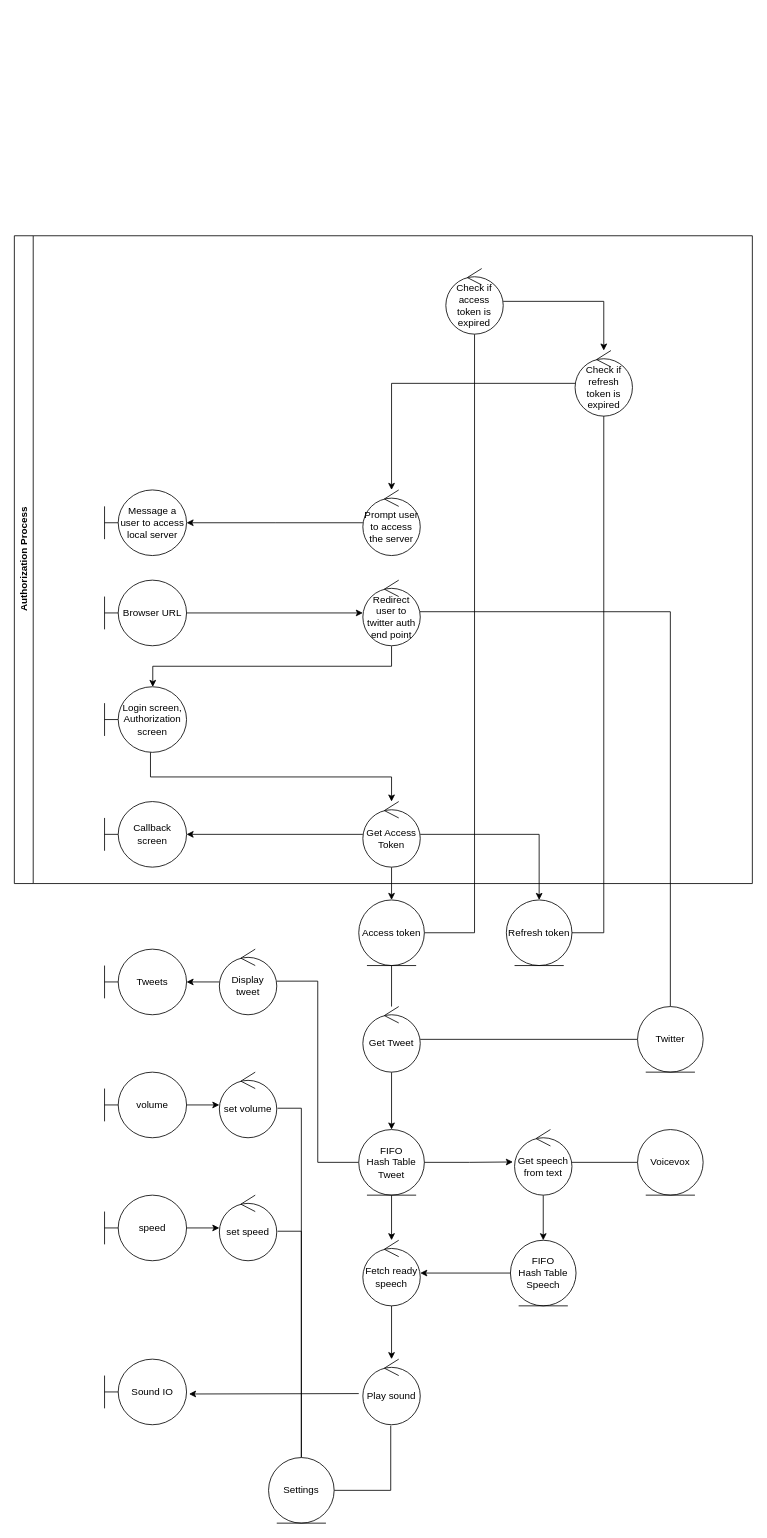
Earlier version of the draw.io diagram design/robustness.drawio (tapoh22334/twradio). Source tidied: cells renumbered, new cells numbered last; positions are measured from the earlier drawing's top-left corner, leaving out a move shared by most shapes. Both pictures are drawn from the tidied source at 82%, with x=0, y=0 at pixel (14, 235).
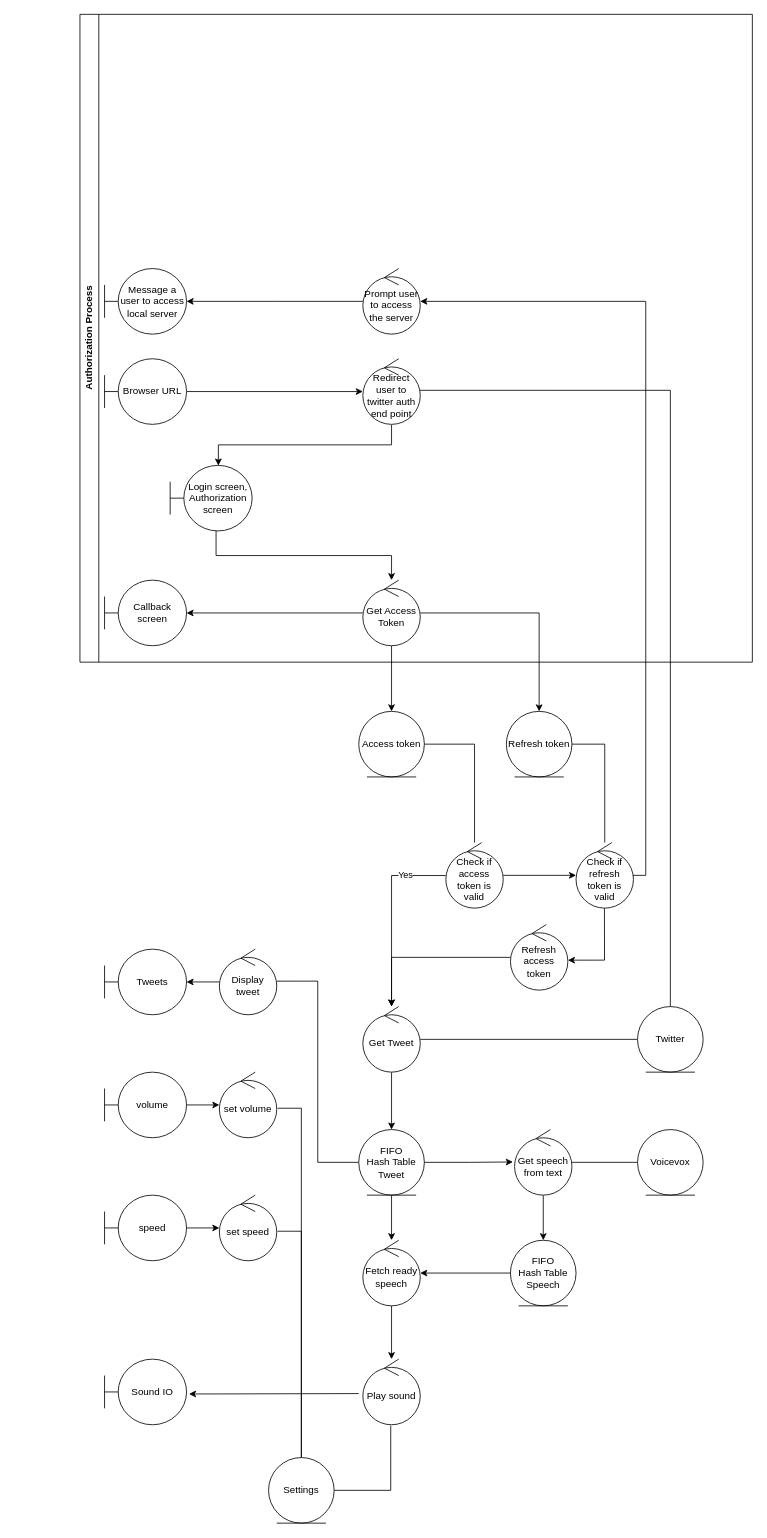
After the change.

Commit message (it also covers changes not shown here):
check point 1

The change refers to these unchanged cells:
```xml
<mxCell id="9" value="Get Tweet" style="ellipse;shape=umlControl;whiteSpace=wrap;html=1;" parent="1" vertex="1">
  <mxGeometry x="425" y="940" width="70" height="80" as="geometry" />
</mxCell>
<mxCell id="24" value="Twitter" style="ellipse;shape=umlEntity;whiteSpace=wrap;html=1;" parent="1" vertex="1">
  <mxGeometry x="760" y="940" width="80" height="80" as="geometry" />
</mxCell>
```

Diff of the diagram source:
```diff
@@
     <mxCell id="23" style="edgeStyle=orthogonalEdgeStyle;rounded=0;jettySize=auto;html=1;entryX=0.99;entryY=0.481;entryDx=0;entryDy=0;entryPerimeter=0;endArrow=none;endFill=0;" parent="1" edge="1" source="24" target="50">
       <mxGeometry relative="1" as="geometry">
         <Array as="points">
-          <mxPoint x="800" y="459" />
+          <mxPoint x="800" y="189" />
         </Array>
       </mxGeometry>
     </mxCell>
@@
     <mxCell id="36" style="edgeStyle=orthogonalEdgeStyle;rounded=0;jettySize=auto;html=1;endArrow=classic;endFill=1;" parent="1" edge="1" source="37">
       <mxGeometry relative="1" as="geometry">
-        <mxPoint x="210" y="350" as="targetPoint" />
+        <mxPoint x="210" y="80" as="targetPoint" />
       </mxGeometry>
     </mxCell>
     <mxCell id="37" value="Prompt user to access the server" style="ellipse;shape=umlControl;whiteSpace=wrap;html=1;" parent="1" vertex="1">
-      <mxGeometry x="425" y="310" width="70" height="80" as="geometry" />
+      <mxGeometry x="425" y="40" width="70" height="80" as="geometry" />
     </mxCell>
@@
-    <mxCell id="39" style="edgeStyle=orthogonalEdgeStyle;rounded=0;jettySize=auto;html=1;endArrow=none;endFill=0;" parent="1" edge="1" source="40" target="9">
+    <mxCell id="39" style="edgeStyle=orthogonalEdgeStyle;rounded=0;jettySize=auto;html=1;endArrow=classic;endFill=1;exitX=-0.004;exitY=0.503;exitDx=0;exitDy=0;exitPerimeter=0;" parent="1" edge="1" source="52" target="9">
       <mxGeometry relative="1" as="geometry" />
     </mxCell>
+    <mxCell id="59" value="Yes" style="edgeLabel;html=1;align=center;verticalAlign=middle;" parent="39" vertex="1">
+      <mxGeometry x="-0.57" y="-1" relative="1" as="geometry" />
+    </mxCell>
     <mxCell id="40" value="Access token" style="ellipse;shape=umlEntity;whiteSpace=wrap;html=1;" parent="1" vertex="1">
-      <mxGeometry x="420" y="810" width="80" height="80" as="geometry" />
+      <mxGeometry x="420" y="580" width="80" height="80" as="geometry" />
     </mxCell>
     <mxCell id="41" value="Callback screen" style="shape=umlBoundary;whiteSpace=wrap;html=1;" parent="1" vertex="1">
-      <mxGeometry x="110" y="690" width="100" height="80" as="geometry" />
+      <mxGeometry x="110" y="420" width="100" height="80" as="geometry" />
     </mxCell>
@@
     <mxCell id="45" value="Get Access Token" style="ellipse;shape=umlControl;whiteSpace=wrap;html=1;" parent="1" vertex="1">
-      <mxGeometry x="425" y="690" width="70" height="80" as="geometry" />
+      <mxGeometry x="425" y="420" width="70" height="80" as="geometry" />
     </mxCell>
     <mxCell id="46" value="Message a user to access local server" style="shape=umlBoundary;whiteSpace=wrap;html=1;" parent="1" vertex="1">
-      <mxGeometry x="110" y="310" width="100" height="80" as="geometry" />
+      <mxGeometry x="110" y="40" width="100" height="80" as="geometry" />
     </mxCell>
@@
     <mxCell id="48" value="Browser URL" style="shape=umlBoundary;whiteSpace=wrap;html=1;" parent="1" vertex="1">
-      <mxGeometry x="110" y="420" width="100" height="80" as="geometry" />
+      <mxGeometry x="110" y="150" width="100" height="80" as="geometry" />
     </mxCell>
@@
     <mxCell id="50" value="Redirect user to twitter auth end point" style="ellipse;shape=umlControl;whiteSpace=wrap;html=1;" parent="1" vertex="1">
-      <mxGeometry x="425" y="420" width="70" height="80" as="geometry" />
+      <mxGeometry x="425" y="150" width="70" height="80" as="geometry" />
     </mxCell>
@@
-    <mxCell id="52" value="Check if access token is expired" style="ellipse;shape=umlControl;whiteSpace=wrap;html=1;" parent="1" vertex="1">
-      <mxGeometry x="526.2" y="40" width="70" height="80" as="geometry" />
+    <mxCell id="52" value="Check if access token is valid" style="ellipse;shape=umlControl;whiteSpace=wrap;html=1;" parent="1" vertex="1">
+      <mxGeometry x="526.2" y="740" width="70" height="80" as="geometry" />
     </mxCell>
-    <mxCell id="53" style="edgeStyle=orthogonalEdgeStyle;rounded=0;jettySize=auto;html=1;endArrow=classic;endFill=1;" parent="1" edge="1" source="54" target="37">
-      <mxGeometry relative="1" as="geometry" />
+    <mxCell id="53" style="edgeStyle=orthogonalEdgeStyle;rounded=0;jettySize=auto;html=1;endArrow=classic;endFill=1;exitX=0.975;exitY=0.515;exitDx=0;exitDy=0;exitPerimeter=0;" parent="1" edge="1" source="54" target="37">
+      <mxGeometry relative="1" as="geometry">
+        <Array as="points">
+          <mxPoint x="753" y="780" />
+          <mxPoint x="770" y="780" />
+          <mxPoint x="770" y="80" />
+        </Array>
+      </mxGeometry>
     </mxCell>
+    <mxCell id="60" style="edgeStyle=orthogonalEdgeStyle;rounded=0;jettySize=auto;html=1;entryX=1.001;entryY=0.543;entryDx=0;entryDy=0;entryPerimeter=0;endArrow=classic;endFill=1;exitX=0.495;exitY=0.998;exitDx=0;exitDy=0;exitPerimeter=0;" parent="1" edge="1" source="54" target="62">
+      <mxGeometry relative="1" as="geometry" />
+    </mxCell>
-    <mxCell id="54" value="Check if refresh token is expired" style="ellipse;shape=umlControl;whiteSpace=wrap;html=1;" parent="1" vertex="1">
-      <mxGeometry x="683.8" y="140" width="70" height="80" as="geometry" />
+    <mxCell id="54" value="Check if refresh token is valid" style="ellipse;shape=umlControl;whiteSpace=wrap;html=1;" parent="1" vertex="1">
+      <mxGeometry x="685" y="740" width="70" height="80" as="geometry" />
     </mxCell>
@@
     <mxCell id="56" value="Refresh token" style="ellipse;shape=umlEntity;whiteSpace=wrap;html=1;" parent="1" vertex="1">
-      <mxGeometry x="600" y="810" width="80" height="80" as="geometry" />
+      <mxGeometry x="600" y="580" width="80" height="80" as="geometry" />
     </mxCell>
     <mxCell id="57" value="Authorization Process" style="swimlane;horizontal=0;whiteSpace=wrap;html=1;" parent="1" vertex="1">
-      <mxGeometry width="900" height="790" as="geometry" />
+      <mxGeometry x="80" y="-270" width="820" height="790" as="geometry" />
     </mxCell>
@@
+    <mxCell id="61" style="edgeStyle=orthogonalEdgeStyle;rounded=0;jettySize=auto;html=1;endArrow=classic;endFill=1;" parent="1" edge="1" source="62" target="9">
+      <mxGeometry relative="1" as="geometry" />
+    </mxCell>
+    <mxCell id="62" value="Refresh access token" style="ellipse;shape=umlControl;whiteSpace=wrap;html=1;" parent="1" vertex="1">
+      <mxGeometry x="605" y="840" width="70" height="80" as="geometry" />
+    </mxCell>
```
